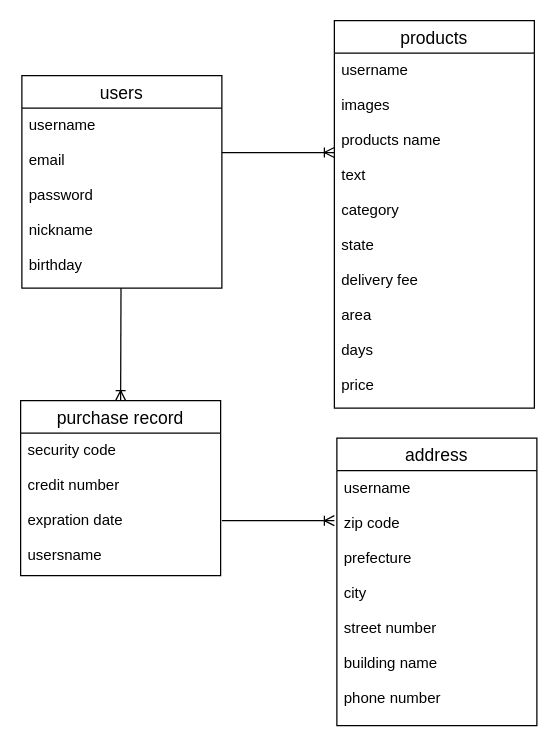
taka-def/furima-29637 keeps this draw.io diagram as test.dio. Above is the earlier version. Source tidied: cells renumbered, new cells numbered last; positions are measured from the earlier drawing's top-left corner, leaving out a move shared by most shapes. Both pictures are drawn from the tidied source at 125%, with x=0, y=0 at pixel (20, 20).
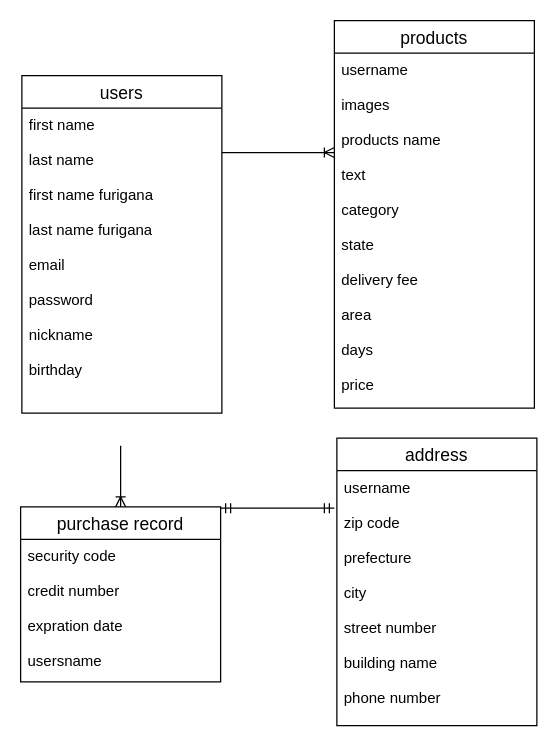
Above is the later version.

Commit message (it also covers changes not shown here):
テーブル設計修正

What changed in the source:
```diff
@@
 <mxGraphModel>
   <root>
     <mxCell id="0" />
     <mxCell id="1" parent="0" />
     <mxCell id="2" value="users" style="swimlane;fontStyle=0;horizontal=1;startSize=26;align=center;fontSize=14;" parent="1" vertex="1">
-      <mxGeometry x="1" y="44" width="160" height="170" as="geometry" />
+      <mxGeometry x="1" y="44" width="160" height="270" as="geometry" />
     </mxCell>
-    <mxCell id="3" value="username&#10;&#10;email&#10;&#10;password&#10;&#10;nickname&#10;&#10;birthday" style="text;strokeColor=none;fillColor=none;spacingLeft=4;spacingRight=4;overflow=hidden;fontSize=12;" parent="2" vertex="1">
-      <mxGeometry y="26" width="160" height="144" as="geometry" />
+    <mxCell id="3" value="first name&#10;&#10;last name&#10;&#10;first name furigana&#10;&#10;last name furigana&#10;&#10;email&#10;&#10;password&#10;&#10;nickname&#10;&#10;birthday" style="text;strokeColor=none;fillColor=none;spacingLeft=4;spacingRight=4;overflow=hidden;fontSize=12;" parent="2" vertex="1">
+      <mxGeometry y="26" width="160" height="244" as="geometry" />
     </mxCell>
     <mxCell id="4" value="products" style="swimlane;fontStyle=0;horizontal=1;startSize=26;align=center;fontSize=14;" parent="1" vertex="1">
       <mxGeometry x="251" width="160" height="310" as="geometry" />
     </mxCell>
     <mxCell id="5" value="username&#10;&#10;images&#10;&#10;products name&#10;&#10;text&#10;&#10;category&#10;&#10;state&#10;&#10;delivery fee&#10;&#10;area&#10;&#10;days&#10;&#10;price&#10;" style="text;strokeColor=none;fillColor=none;spacingLeft=4;spacingRight=4;overflow=hidden;fontSize=12;" parent="4" vertex="1">
       <mxGeometry y="26" width="160" height="284" as="geometry" />
     </mxCell>
     <mxCell id="6" style="edgeStyle=entityRelationEdgeStyle;fontSize=12;html=1;endArrow=ERoneToMany;" parent="1" edge="1">
       <mxGeometry relative="1" as="geometry">
         <mxPoint x="161" y="105.5" as="sourcePoint" />
         <mxPoint x="251" y="105.5" as="targetPoint" />
       </mxGeometry>
     </mxCell>
     <mxCell id="7" value="purchase record" style="swimlane;fontStyle=0;horizontal=1;startSize=26;align=center;fontSize=14;" parent="1" vertex="1">
-      <mxGeometry y="304" width="160" height="140" as="geometry" />
+      <mxGeometry y="389" width="160" height="140" as="geometry" />
     </mxCell>
     <mxCell id="8" value="security code&#10;&#10;credit number&#10;&#10;expration date&#10;&#10;usersname&#10;" style="text;strokeColor=none;fillColor=none;spacingLeft=4;spacingRight=4;overflow=hidden;fontSize=12;" parent="7" vertex="1">
       <mxGeometry y="26" width="160" height="114" as="geometry" />
     </mxCell>
     <mxCell id="9" style="fontSize=12;html=1;endArrow=ERoneToMany;entryX=0.5;entryY=0;entryDx=0;entryDy=0;" parent="1" edge="1" target="7">
       <mxGeometry relative="1" as="geometry">
-        <mxPoint x="80.3" y="214" as="sourcePoint" />
+        <mxPoint x="80" y="340" as="sourcePoint" />
       </mxGeometry>
     </mxCell>
     <mxCell id="10" value="address" style="swimlane;fontStyle=0;horizontal=1;startSize=26;align=center;fontSize=14;" parent="1" vertex="1">
       <mxGeometry x="253" y="334" width="160" height="230" as="geometry" />
     </mxCell>
     <mxCell id="11" value="username&#10;&#10;zip code&#10;&#10;prefecture&#10;&#10;city&#10;&#10;street number&#10;&#10;building name&#10;&#10;phone number" style="text;strokeColor=none;fillColor=none;spacingLeft=4;spacingRight=4;overflow=hidden;fontSize=12;" parent="10" vertex="1">
       <mxGeometry y="26" width="160" height="204" as="geometry" />
     </mxCell>
-    <mxCell id="12" style="edgeStyle=entityRelationEdgeStyle;fontSize=12;html=1;endArrow=ERoneToMany;rounded=0;strokeColor=#000000;" parent="1" edge="1">
-      <mxGeometry relative="1" as="geometry">
-        <mxPoint x="161" y="400" as="sourcePoint" />
-        <mxPoint x="251" y="400" as="targetPoint" />
-      </mxGeometry>
-    </mxCell>
+    <mxCell id="13" style="edgeStyle=entityRelationEdgeStyle;fontSize=12;html=1;endArrow=ERmandOne;startArrow=ERmandOne;strokeColor=#000000;rounded=0;" parent="1" edge="1">
+      <mxGeometry relative="1" as="geometry">
+        <mxPoint x="160" y="390" as="sourcePoint" />
+        <mxPoint x="251" y="390" as="targetPoint" />
+      </mxGeometry>
+    </mxCell>
   </root>
 </mxGraphModel>
```
